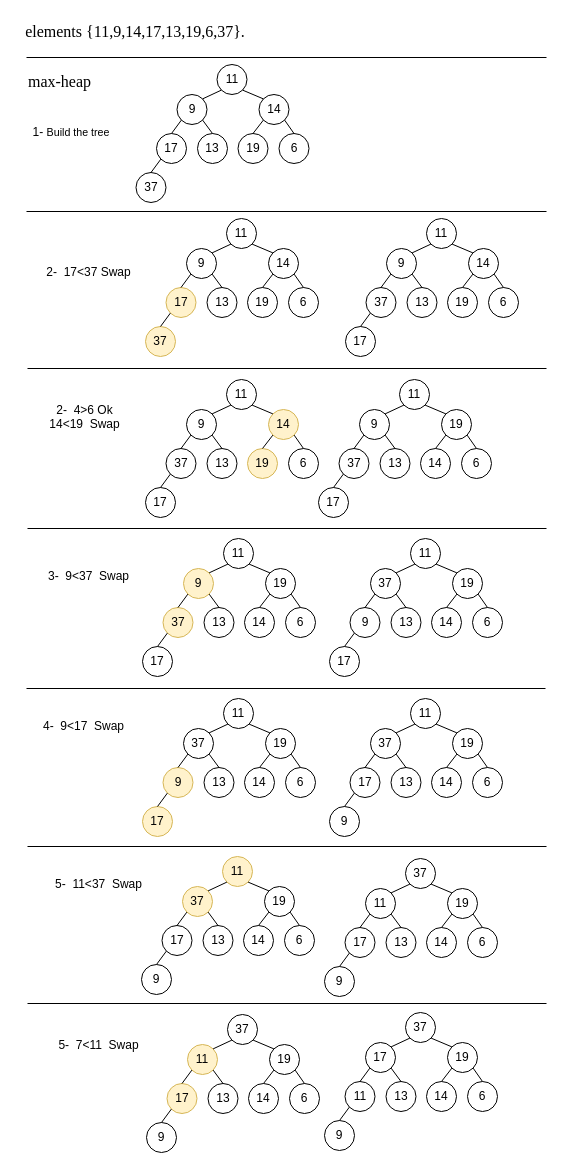
Earlier version of the draw.io diagram page "Page-10" (10 of 10) of Untitled Diagram.drawio (FatimahAli313/Project_1). Source tidied: cells renumbered, new cells numbered last; positions are measured from the earlier drawing's top-left corner, leaving out a move shared by most shapes. Both pictures are drawn from the tidied source at 100%, with x=0, y=0 at pixel (17, 17).
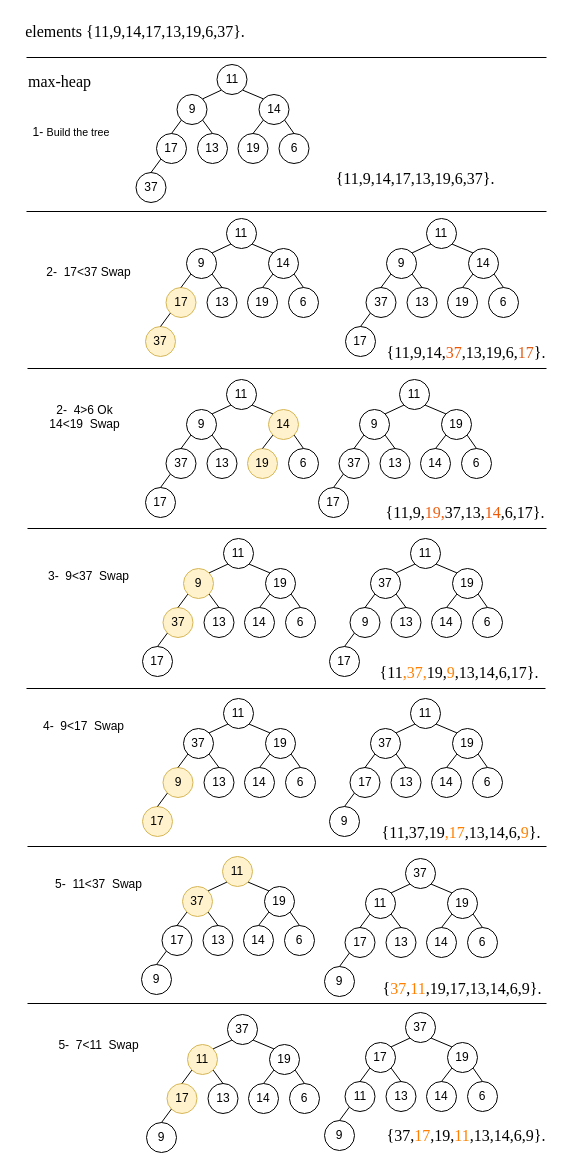
After the change.

Diff of the diagram source:
```diff
@@
+    <mxCell id="213" value="&lt;span style=&quot;font-family: &amp;quot;Times New Roman&amp;quot;, serif; font-size: 16px;&quot;&gt;{11,9,14,17,13,19,6,37}.&lt;/span&gt;" style="text;html=1;whiteSpace=wrap;strokeColor=none;fillColor=none;align=center;verticalAlign=middle;rounded=0;" parent="1" vertex="1">
+      <mxGeometry x="328" y="146" width="140" height="30" as="geometry" />
+    </mxCell>
+    <mxCell id="214" value="&lt;span style=&quot;font-family: &amp;quot;Times New Roman&amp;quot;, serif; font-size: 16px;&quot;&gt;{11,9,14,&lt;/span&gt;&lt;span style=&quot;color: rgb(237, 88, 7); font-family: &amp;quot;Times New Roman&amp;quot;, serif; font-size: 16px;&quot;&gt;37&lt;/span&gt;&lt;span style=&quot;font-family: &amp;quot;Times New Roman&amp;quot;, serif; font-size: 16px;&quot;&gt;,13,19,6,&lt;/span&gt;&lt;span style=&quot;color: rgb(223, 92, 22); font-family: &amp;quot;Times New Roman&amp;quot;, serif; font-size: 16px;&quot;&gt;17&lt;/span&gt;&lt;span style=&quot;font-family: &amp;quot;Times New Roman&amp;quot;, serif; font-size: 16px;&quot;&gt;}.&lt;/span&gt;" style="text;html=1;whiteSpace=wrap;strokeColor=none;fillColor=none;align=center;verticalAlign=middle;rounded=0;" parent="1" vertex="1">
+      <mxGeometry x="378.5" y="320" width="140" height="30" as="geometry" />
+    </mxCell>
+    <mxCell id="215" value="&lt;font&gt;&lt;span style=&quot;font-family: &amp;quot;Times New Roman&amp;quot;, serif; font-size: 16px;&quot;&gt;&lt;font style=&quot;color: light-dark(rgb(0, 0, 0), rgb(237, 237, 237));&quot;&gt;{11,9,&lt;/font&gt;&lt;/span&gt;&lt;span style=&quot;color: rgb(238, 94, 17); font-family: &amp;quot;Times New Roman&amp;quot;, serif; font-size: 16px;&quot;&gt;19&lt;/span&gt;&lt;span style=&quot;font-family: &amp;quot;Times New Roman&amp;quot;, serif; font-size: 16px;&quot;&gt;&lt;font style=&quot;color: light-dark(rgb(237, 88, 7), rgb(237, 237, 237));&quot;&gt;,&lt;/font&gt;&lt;/span&gt;&lt;span style=&quot;color: light-dark(rgb(0, 0, 0), rgb(237, 237, 237)); font-family: &amp;quot;Times New Roman&amp;quot;, serif; font-size: 16px;&quot;&gt;37&lt;/span&gt;&lt;span style=&quot;color: light-dark(rgb(0, 0, 0), rgb(237, 237, 237)); font-family: &amp;quot;Times New Roman&amp;quot;, serif; font-size: 16px;&quot;&gt;,13,&lt;/span&gt;&lt;span style=&quot;color: rgb(237, 88, 7); font-family: &amp;quot;Times New Roman&amp;quot;, serif; font-size: 16px;&quot;&gt;14&lt;/span&gt;&lt;span style=&quot;color: light-dark(rgb(0, 0, 0), rgb(237, 237, 237)); font-family: &amp;quot;Times New Roman&amp;quot;, serif; font-size: 16px;&quot;&gt;,6,&lt;/span&gt;&lt;span style=&quot;color: light-dark(rgb(0, 0, 0), rgb(237, 237, 237)); font-family: &amp;quot;Times New Roman&amp;quot;, serif; font-size: 16px;&quot;&gt;17&lt;/span&gt;&lt;span style=&quot;color: light-dark(rgb(0, 0, 0), rgb(237, 237, 237)); font-family: &amp;quot;Times New Roman&amp;quot;, serif; font-size: 16px;&quot;&gt;}.&lt;/span&gt;&lt;/font&gt;" style="text;html=1;whiteSpace=wrap;strokeColor=none;fillColor=none;align=center;verticalAlign=middle;rounded=0;" parent="1" vertex="1">
+      <mxGeometry x="378" y="480" width="140" height="30" as="geometry" />
+    </mxCell>
+    <mxCell id="216" value="&lt;font&gt;&lt;span style=&quot;font-family: &amp;quot;Times New Roman&amp;quot;, serif; font-size: 16px;&quot;&gt;&lt;font style=&quot;&quot;&gt;&lt;font style=&quot;color: light-dark(rgb(0, 0, 0), rgb(237, 237, 237));&quot;&gt;{11&lt;/font&gt;&lt;font style=&quot;color: light-dark(rgb(255, 128, 0), rgb(237, 237, 237));&quot;&gt;,&lt;/font&gt;&lt;/font&gt;&lt;/span&gt;&lt;span style=&quot;color: rgb(255, 128, 0); font-family: &amp;quot;Times New Roman&amp;quot;, serif; font-size: 16px;&quot;&gt;37&lt;/span&gt;&lt;span style=&quot;font-family: &amp;quot;Times New Roman&amp;quot;, serif; font-size: 16px;&quot;&gt;&lt;font style=&quot;&quot;&gt;&lt;font style=&quot;color: light-dark(rgb(255, 128, 0), rgb(237, 237, 237));&quot;&gt;,&lt;/font&gt;&lt;/font&gt;&lt;/span&gt;&lt;span style=&quot;font-family: &amp;quot;Times New Roman&amp;quot;, serif; font-size: 16px;&quot;&gt;19&lt;/span&gt;&lt;span style=&quot;color: light-dark(rgb(0, 0, 0), rgb(237, 237, 237)); font-family: &amp;quot;Times New Roman&amp;quot;, serif; font-size: 16px;&quot;&gt;&lt;font style=&quot;&quot;&gt;,&lt;/font&gt;&lt;/span&gt;&lt;span style=&quot;color: rgb(255, 128, 0); font-family: &amp;quot;Times New Roman&amp;quot;, serif; font-size: 16px;&quot;&gt;9&lt;/span&gt;&lt;span style=&quot;color: light-dark(rgb(0, 0, 0), rgb(237, 237, 237)); font-family: &amp;quot;Times New Roman&amp;quot;, serif; font-size: 16px;&quot;&gt;,13,&lt;/span&gt;&lt;span style=&quot;font-family: &amp;quot;Times New Roman&amp;quot;, serif; font-size: 16px;&quot;&gt;14&lt;/span&gt;&lt;span style=&quot;color: light-dark(rgb(0, 0, 0), rgb(237, 237, 237)); font-family: &amp;quot;Times New Roman&amp;quot;, serif; font-size: 16px;&quot;&gt;,6,&lt;/span&gt;&lt;span style=&quot;color: light-dark(rgb(0, 0, 0), rgb(237, 237, 237)); font-family: &amp;quot;Times New Roman&amp;quot;, serif; font-size: 16px;&quot;&gt;17&lt;/span&gt;&lt;span style=&quot;color: light-dark(rgb(0, 0, 0), rgb(237, 237, 237)); font-family: &amp;quot;Times New Roman&amp;quot;, serif; font-size: 16px;&quot;&gt;}.&lt;/span&gt;&lt;/font&gt;" style="text;html=1;whiteSpace=wrap;strokeColor=none;fillColor=none;align=center;verticalAlign=middle;rounded=0;" parent="1" vertex="1">
+      <mxGeometry x="372" y="640" width="140" height="30" as="geometry" />
+    </mxCell>
+    <mxCell id="217" value="&lt;font&gt;&lt;span style=&quot;color: light-dark(rgb(0, 0, 0), rgb(237, 237, 237)); font-family: &amp;quot;Times New Roman&amp;quot;, serif; font-size: 16px;&quot;&gt;&lt;font style=&quot;&quot;&gt;&lt;font style=&quot;&quot;&gt;{11&lt;/font&gt;&lt;font style=&quot;&quot;&gt;,&lt;/font&gt;&lt;/font&gt;&lt;/span&gt;&lt;span style=&quot;font-family: &amp;quot;Times New Roman&amp;quot;, serif; font-size: 16px;&quot;&gt;37&lt;/span&gt;&lt;span style=&quot;color: light-dark(rgb(0, 0, 0), rgb(237, 237, 237)); font-family: &amp;quot;Times New Roman&amp;quot;, serif; font-size: 16px;&quot;&gt;&lt;font style=&quot;&quot;&gt;&lt;font style=&quot;&quot;&gt;,&lt;/font&gt;&lt;/font&gt;&lt;/span&gt;&lt;span style=&quot;color: light-dark(rgb(0, 0, 0), rgb(237, 237, 237)); font-family: &amp;quot;Times New Roman&amp;quot;, serif; font-size: 16px;&quot;&gt;19&lt;/span&gt;&lt;font style=&quot;color: rgb(255, 128, 0);&quot;&gt;&lt;span style=&quot;font-family: &amp;quot;Times New Roman&amp;quot;, serif; font-size: 16px;&quot;&gt;&lt;font style=&quot;&quot;&gt;,&lt;/font&gt;&lt;/span&gt;&lt;/font&gt;&lt;span style=&quot;color: rgb(255, 128, 0); font-family: &amp;quot;Times New Roman&amp;quot;, serif; font-size: 16px;&quot;&gt;17&lt;/span&gt;&lt;span style=&quot;color: light-dark(rgb(0, 0, 0), rgb(237, 237, 237)); font-family: &amp;quot;Times New Roman&amp;quot;, serif; font-size: 16px;&quot;&gt;,13,&lt;/span&gt;&lt;span style=&quot;color: light-dark(rgb(0, 0, 0), rgb(237, 237, 237)); font-family: &amp;quot;Times New Roman&amp;quot;, serif; font-size: 16px;&quot;&gt;14&lt;/span&gt;&lt;span style=&quot;color: light-dark(rgb(0, 0, 0), rgb(237, 237, 237)); font-family: &amp;quot;Times New Roman&amp;quot;, serif; font-size: 16px;&quot;&gt;,6,&lt;/span&gt;&lt;span style=&quot;color: rgb(255, 128, 0); font-family: &amp;quot;Times New Roman&amp;quot;, serif; font-size: 16px;&quot;&gt;9&lt;/span&gt;&lt;span style=&quot;color: light-dark(rgb(0, 0, 0), rgb(237, 237, 237)); font-family: &amp;quot;Times New Roman&amp;quot;, serif; font-size: 16px;&quot;&gt;}.&lt;/span&gt;&lt;/font&gt;" style="text;html=1;whiteSpace=wrap;strokeColor=none;fillColor=none;align=center;verticalAlign=middle;rounded=0;" parent="1" vertex="1">
+      <mxGeometry x="373.5" y="800" width="140" height="30" as="geometry" />
+    </mxCell>
+    <mxCell id="218" value="&lt;font&gt;&lt;span style=&quot;font-family: &amp;quot;Times New Roman&amp;quot;, serif; font-size: 16px;&quot;&gt;&lt;font style=&quot;&quot;&gt;&lt;font style=&quot;&quot;&gt;&lt;font style=&quot;color: light-dark(rgb(0, 0, 0), rgb(237, 237, 237));&quot;&gt;{&lt;/font&gt;&lt;/font&gt;&lt;/font&gt;&lt;/span&gt;&lt;span style=&quot;color: rgb(255, 128, 0); font-family: &amp;quot;Times New Roman&amp;quot;, serif; font-size: 16px;&quot;&gt;37&lt;/span&gt;&lt;span style=&quot;font-family: &amp;quot;Times New Roman&amp;quot;, serif; font-size: 16px;&quot;&gt;&lt;font style=&quot;&quot;&gt;&lt;font style=&quot;color: light-dark(rgb(0, 0, 0), rgb(237, 237, 237));&quot;&gt;,&lt;/font&gt;&lt;/font&gt;&lt;/span&gt;&lt;span style=&quot;color: rgb(255, 128, 0); font-family: &amp;quot;Times New Roman&amp;quot;, serif; font-size: 16px;&quot;&gt;11&lt;/span&gt;&lt;span style=&quot;color: light-dark(rgb(0, 0, 0), rgb(237, 237, 237)); font-family: &amp;quot;Times New Roman&amp;quot;, serif; font-size: 16px;&quot;&gt;&lt;font style=&quot;&quot;&gt;&lt;font style=&quot;&quot;&gt;,&lt;/font&gt;&lt;/font&gt;&lt;/span&gt;&lt;span style=&quot;color: light-dark(rgb(0, 0, 0), rgb(237, 237, 237)); font-family: &amp;quot;Times New Roman&amp;quot;, serif; font-size: 16px;&quot;&gt;19&lt;/span&gt;&lt;font style=&quot;color: light-dark(rgb(0, 0, 0), rgb(237, 237, 237));&quot;&gt;&lt;span style=&quot;font-family: &amp;quot;Times New Roman&amp;quot;, serif; font-size: 16px;&quot;&gt;&lt;font style=&quot;&quot;&gt;,&lt;/font&gt;&lt;/span&gt;&lt;/font&gt;&lt;span style=&quot;color: light-dark(rgb(0, 0, 0), rgb(237, 237, 237)); font-family: &amp;quot;Times New Roman&amp;quot;, serif; font-size: 16px;&quot;&gt;17&lt;/span&gt;&lt;span style=&quot;color: light-dark(rgb(0, 0, 0), rgb(237, 237, 237)); font-family: &amp;quot;Times New Roman&amp;quot;, serif; font-size: 16px;&quot;&gt;,13,&lt;/span&gt;&lt;span style=&quot;color: light-dark(rgb(0, 0, 0), rgb(237, 237, 237)); font-family: &amp;quot;Times New Roman&amp;quot;, serif; font-size: 16px;&quot;&gt;14&lt;/span&gt;&lt;span style=&quot;color: light-dark(rgb(0, 0, 0), rgb(237, 237, 237)); font-family: &amp;quot;Times New Roman&amp;quot;, serif; font-size: 16px;&quot;&gt;,6,&lt;/span&gt;&lt;span style=&quot;color: light-dark(rgb(0, 0, 0), rgb(237, 237, 237)); font-family: &amp;quot;Times New Roman&amp;quot;, serif; font-size: 16px;&quot;&gt;9&lt;/span&gt;&lt;span style=&quot;color: light-dark(rgb(0, 0, 0), rgb(237, 237, 237)); font-family: &amp;quot;Times New Roman&amp;quot;, serif; font-size: 16px;&quot;&gt;}.&lt;/span&gt;&lt;/font&gt;" style="text;html=1;whiteSpace=wrap;strokeColor=none;fillColor=none;align=center;verticalAlign=middle;rounded=0;" parent="1" vertex="1">
+      <mxGeometry x="375" y="956" width="140" height="30" as="geometry" />
+    </mxCell>
+    <mxCell id="219" value="&lt;font&gt;&lt;span style=&quot;font-family: &amp;quot;Times New Roman&amp;quot;, serif; font-size: 16px;&quot;&gt;&lt;font style=&quot;&quot;&gt;&lt;font style=&quot;&quot;&gt;&lt;font style=&quot;color: light-dark(rgb(0, 0, 0), rgb(237, 237, 237));&quot;&gt;{&lt;/font&gt;&lt;/font&gt;&lt;/font&gt;&lt;/span&gt;&lt;span style=&quot;font-family: &amp;quot;Times New Roman&amp;quot;, serif; font-size: 16px;&quot;&gt;&lt;font style=&quot;color: rgb(0, 0, 0);&quot;&gt;37&lt;/font&gt;&lt;/span&gt;&lt;span style=&quot;font-family: &amp;quot;Times New Roman&amp;quot;, serif; font-size: 16px;&quot;&gt;&lt;font style=&quot;&quot;&gt;&lt;font style=&quot;color: light-dark(rgb(0, 0, 0), rgb(237, 237, 237));&quot;&gt;,&lt;/font&gt;&lt;/font&gt;&lt;/span&gt;&lt;span style=&quot;color: rgb(255, 128, 0); font-family: &amp;quot;Times New Roman&amp;quot;, serif; font-size: 16px;&quot;&gt;17&lt;/span&gt;&lt;span style=&quot;color: light-dark(rgb(0, 0, 0), rgb(237, 237, 237)); font-family: &amp;quot;Times New Roman&amp;quot;, serif; font-size: 16px;&quot;&gt;&lt;font style=&quot;&quot;&gt;&lt;font style=&quot;&quot;&gt;,&lt;/font&gt;&lt;/font&gt;&lt;/span&gt;&lt;span style=&quot;color: light-dark(rgb(0, 0, 0), rgb(237, 237, 237)); font-family: &amp;quot;Times New Roman&amp;quot;, serif; font-size: 16px;&quot;&gt;19&lt;/span&gt;&lt;font style=&quot;color: light-dark(rgb(0, 0, 0), rgb(237, 237, 237));&quot;&gt;&lt;span style=&quot;font-family: &amp;quot;Times New Roman&amp;quot;, serif; font-size: 16px;&quot;&gt;&lt;font style=&quot;&quot;&gt;,&lt;/font&gt;&lt;/span&gt;&lt;/font&gt;&lt;span style=&quot;color: rgb(255, 128, 0); font-family: &amp;quot;Times New Roman&amp;quot;, serif; font-size: 16px;&quot;&gt;11&lt;/span&gt;&lt;span style=&quot;color: light-dark(rgb(0, 0, 0), rgb(237, 237, 237)); font-family: &amp;quot;Times New Roman&amp;quot;, serif; font-size: 16px;&quot;&gt;,13,&lt;/span&gt;&lt;span style=&quot;color: light-dark(rgb(0, 0, 0), rgb(237, 237, 237)); font-family: &amp;quot;Times New Roman&amp;quot;, serif; font-size: 16px;&quot;&gt;14&lt;/span&gt;&lt;span style=&quot;color: light-dark(rgb(0, 0, 0), rgb(237, 237, 237)); font-family: &amp;quot;Times New Roman&amp;quot;, serif; font-size: 16px;&quot;&gt;,6,&lt;/span&gt;&lt;span style=&quot;color: light-dark(rgb(0, 0, 0), rgb(237, 237, 237)); font-family: &amp;quot;Times New Roman&amp;quot;, serif; font-size: 16px;&quot;&gt;9&lt;/span&gt;&lt;span style=&quot;color: light-dark(rgb(0, 0, 0), rgb(237, 237, 237)); font-family: &amp;quot;Times New Roman&amp;quot;, serif; font-size: 16px;&quot;&gt;}.&lt;/span&gt;&lt;/font&gt;" style="text;html=1;whiteSpace=wrap;strokeColor=none;fillColor=none;align=center;verticalAlign=middle;rounded=0;" parent="1" vertex="1">
+      <mxGeometry x="378.5" y="1103" width="140" height="30" as="geometry" />
+    </mxCell>
```
